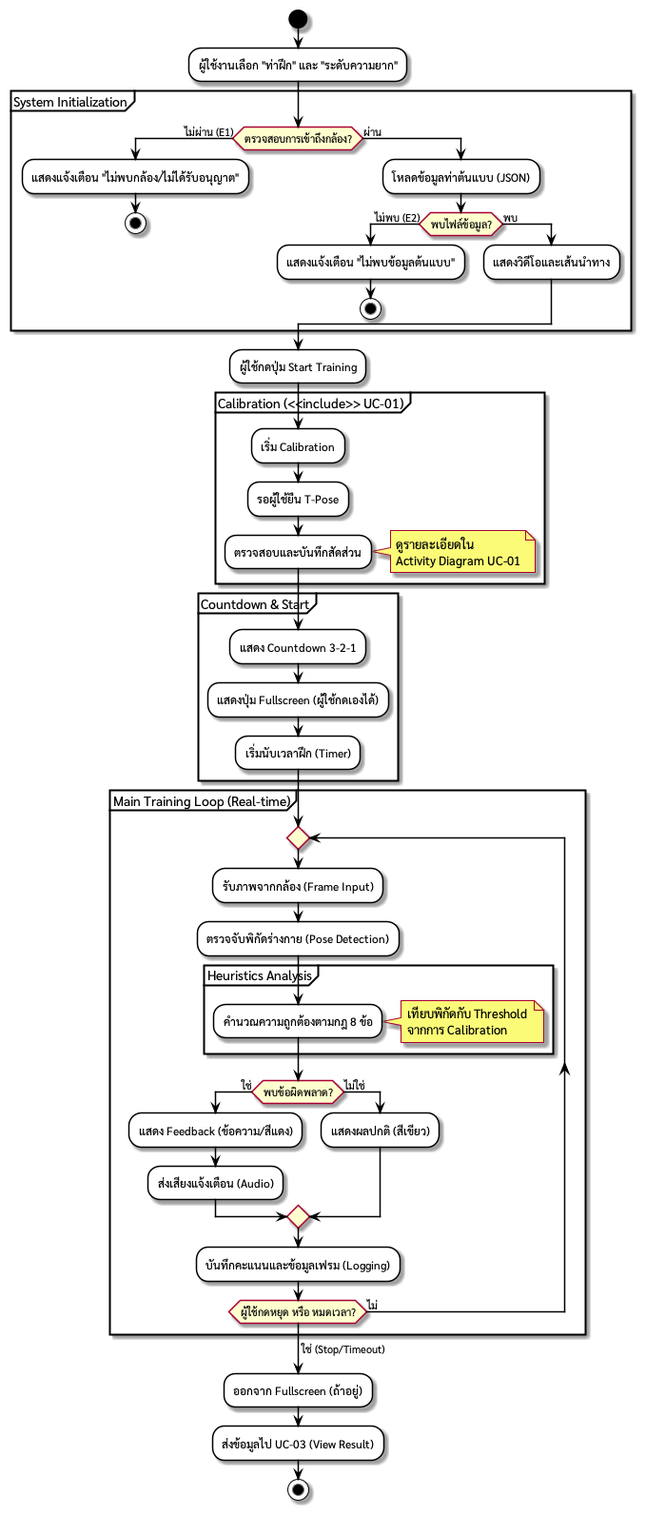
Before: out/docs/diagrams/activityDiagram_UC02/TaijiFlow_Activity_Diagram_UC02.png, a diagram exported from PlantUML (vyut/TaijiFlow).
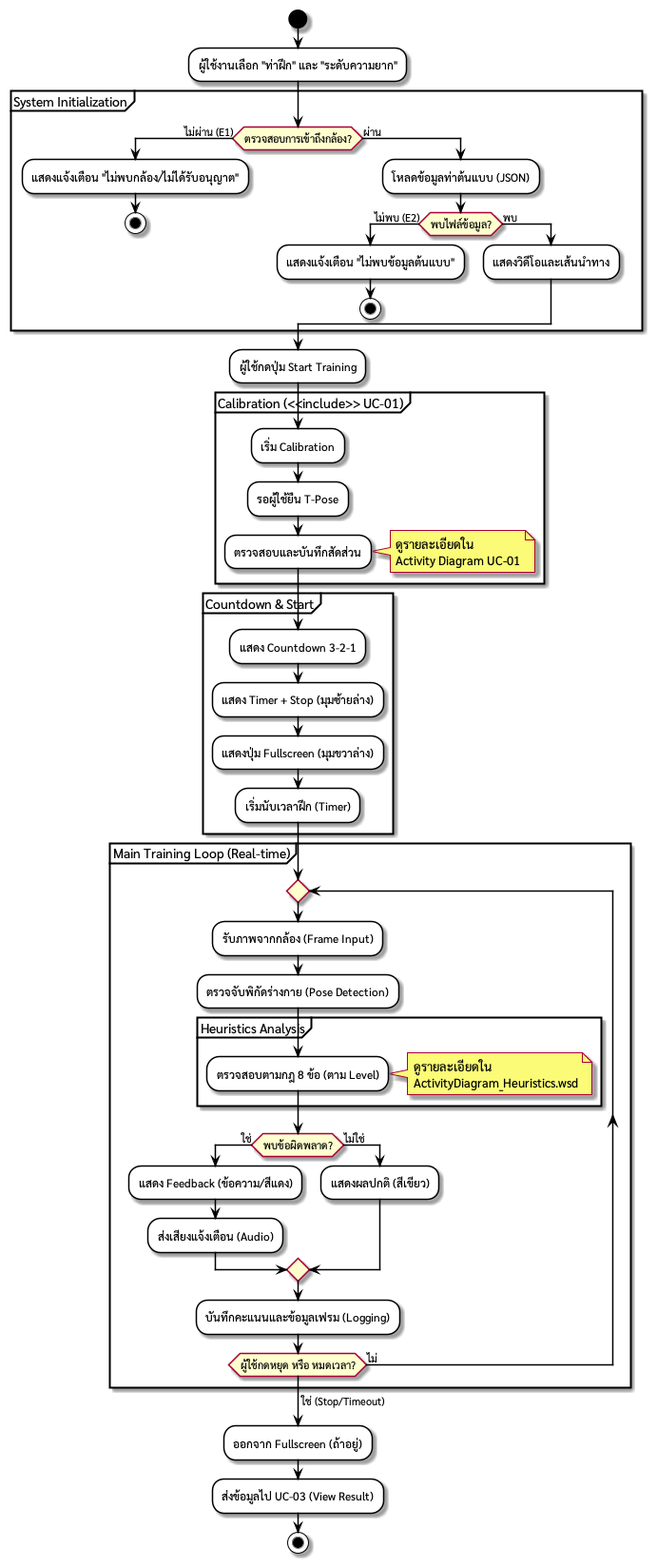
The same file after the commit.

Diff of the diagram source:
```diff
@@ -39,7 +39,8 @@
 
 partition "Countdown & Start" {
     :แสดง Countdown 3-2-1;
-    :แสดงปุ่ม Fullscreen (ผู้ใช้กดเองได้);
+    :แสดง Timer + Stop (มุมซ้ายล่าง);
+    :แสดงปุ่ม Fullscreen (มุมขวาล่าง);
     :เริ่มนับเวลาฝึก (Timer);
 }
 
@@ -49,10 +50,10 @@
         :ตรวจจับพิกัดร่างกาย (Pose Detection);
 
         partition "Heuristics Analysis" {
-            :คำนวณความถูกต้องตามกฎ 8 ข้อ;
+            :ตรวจสอบตามกฎ 8 ข้อ (ตาม Level);
             note right
-                เทียบพิกัดกับ Threshold
-                จากการ Calibration
+                ดูรายละเอียดใน
+                ActivityDiagram_Heuristics.wsd
             end note
         }
 
```
